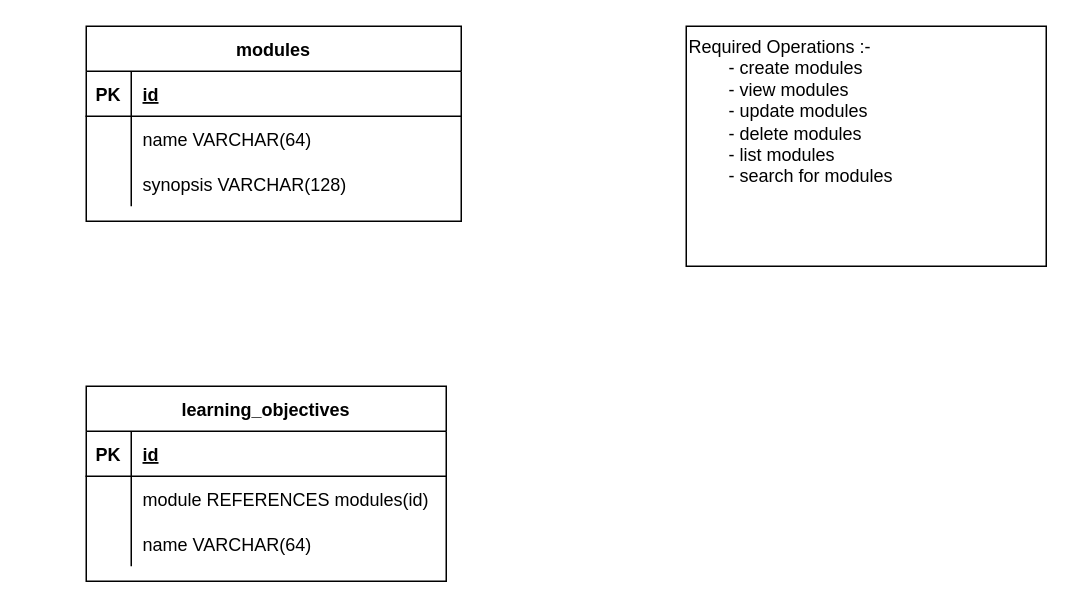
This is uml/design.drawio from MalukiMuthusi/edufi, a draw.io file, before an edit. Source tidied: cells renumbered, new cells numbered last; positions are measured from the earlier drawing's top-left corner, leaving out a move shared by most shapes. Both pictures are drawn from the tidied source at 150%, with x=0, y=0 at pixel (86, 26).
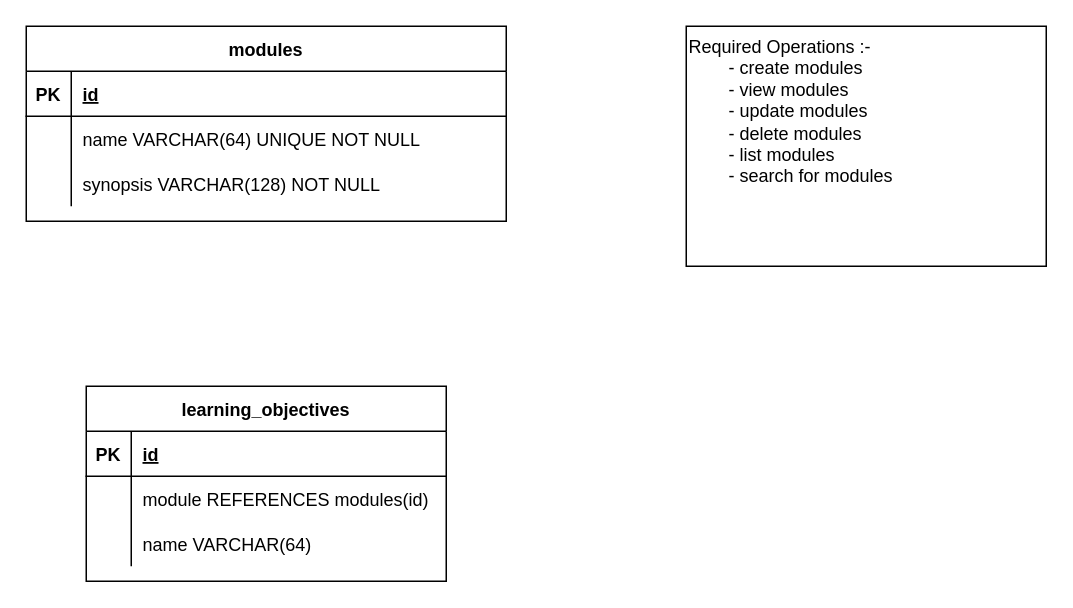
Above is the later version.

Change to the diagram source:
```diff
@@
     <mxCell id="2" value="modules" style="shape=table;startSize=30;childLayout=tableLayout;rowLines=0;fontStyle=1;align=center;" parent="1" vertex="1">
-      <mxGeometry width="250" height="130" as="geometry" />
+      <mxGeometry x="-40" width="320" height="130" as="geometry" />
     </mxCell>
     <mxCell id="3" style="shape=tableRow;horizontal=0;startSize=0;swimlaneHead=0;swimlaneBody=0;fillColor=none;top=0;left=0;right=0;bottom=1;" parent="2" vertex="1">
-      <mxGeometry y="30" width="250" height="30" as="geometry" />
+      <mxGeometry y="30" width="320" height="30" as="geometry" />
     </mxCell>
@@
     <mxCell id="5" value="id" style="shape=partialRectangle;fillColor=none;top=0;left=0;bottom=0;right=0;align=left;spacingLeft=6;fontStyle=5;overflow=hidden;" parent="3" vertex="1">
-      <mxGeometry x="30" width="220" height="30" as="geometry" />
+      <mxGeometry x="30" width="290" height="30" as="geometry" />
     </mxCell>
     <mxCell id="6" style="shape=tableRow;horizontal=0;startSize=0;swimlaneHead=0;swimlaneBody=0;fillColor=none;top=0;left=0;right=0;bottom=0;" parent="2" vertex="1">
-      <mxGeometry y="60" width="250" height="30" as="geometry" />
+      <mxGeometry y="60" width="320" height="30" as="geometry" />
     </mxCell>
@@
-    <mxCell id="8" value="name VARCHAR(64)" style="shape=partialRectangle;fillColor=none;top=0;left=0;bottom=0;right=0;align=left;spacingLeft=6;overflow=hidden;" parent="6" vertex="1">
-      <mxGeometry x="30" width="220" height="30" as="geometry" />
+    <mxCell id="8" value="name VARCHAR(64) UNIQUE NOT NULL" style="shape=partialRectangle;fillColor=none;top=0;left=0;bottom=0;right=0;align=left;spacingLeft=6;overflow=hidden;" parent="6" vertex="1">
+      <mxGeometry x="30" width="290" height="30" as="geometry" />
     </mxCell>
     <mxCell id="9" style="shape=tableRow;horizontal=0;startSize=0;swimlaneHead=0;swimlaneBody=0;fillColor=none;top=0;left=0;right=0;bottom=0;" parent="2" vertex="1">
-      <mxGeometry y="90" width="250" height="30" as="geometry" />
+      <mxGeometry y="90" width="320" height="30" as="geometry" />
     </mxCell>
@@
-    <mxCell id="11" value="synopsis VARCHAR(128)" style="shape=partialRectangle;fillColor=none;top=0;left=0;bottom=0;right=0;align=left;spacingLeft=6;overflow=hidden;" parent="9" vertex="1">
-      <mxGeometry x="30" width="220" height="30" as="geometry" />
+    <mxCell id="11" value="synopsis VARCHAR(128) NOT NULL" style="shape=partialRectangle;fillColor=none;top=0;left=0;bottom=0;right=0;align=left;spacingLeft=6;overflow=hidden;" parent="9" vertex="1">
+      <mxGeometry x="30" width="290" height="30" as="geometry" />
     </mxCell>
```
